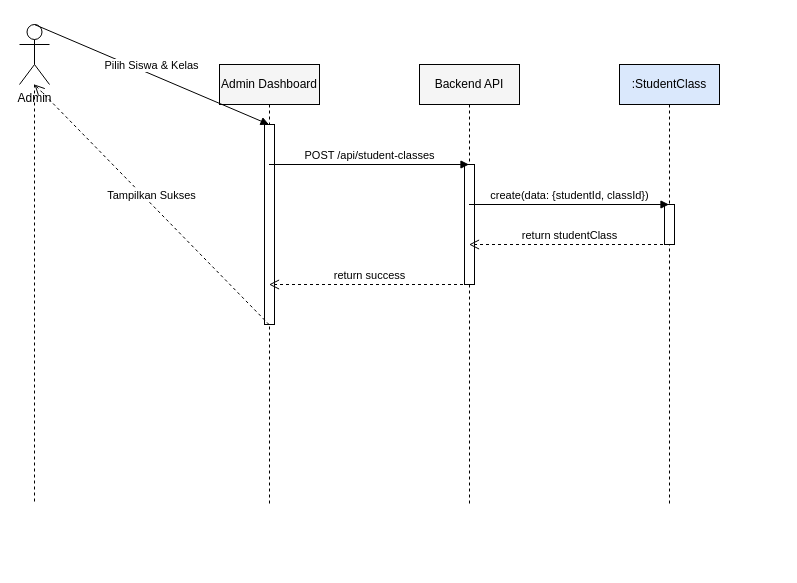
The draw.io diagram docs/sequence_admin_enroll_student.drawio in muhammaddzaki123/adminkassmpit, before the edit. Source tidied: cells renumbered, new cells numbered last; positions are measured from the earlier drawing's top-left corner, leaving out a move shared by most shapes. Both pictures are drawn from the tidied source at 100%, with x=0, y=0 at pixel (19, 24).
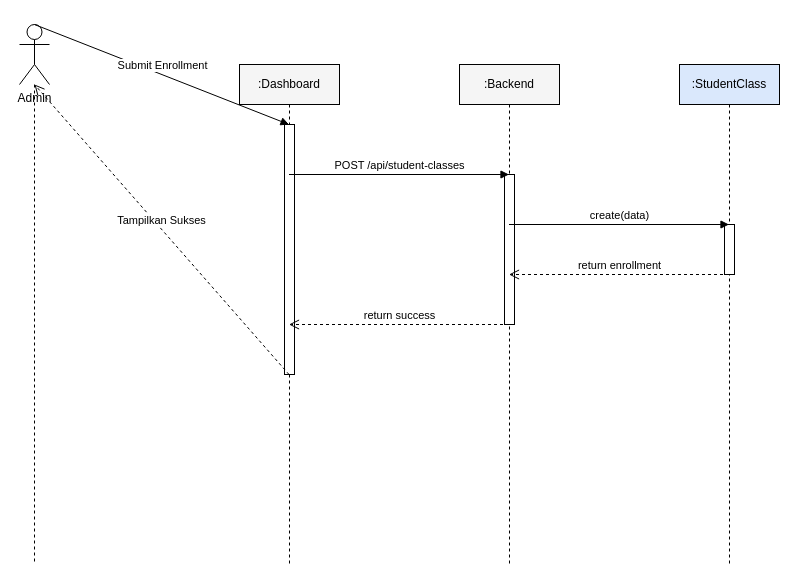
Above is the later version.

The edit, as a diff of the source:
```diff
@@
 <mxGraphModel>
   <root>
     <mxCell id="0" />
     <mxCell id="1" parent="0" />
     <mxCell id="2" value="Admin" style="shape=umlActor;verticalLabelPosition=bottom;verticalAlign=top;html=1;outlineConnect=0;" parent="1" vertex="1">
       <mxGeometry width="30" height="60" as="geometry" />
     </mxCell>
     <mxCell id="3" style="endArrow=none;dashed=1;html=1;" parent="1" edge="1" source="2">
       <mxGeometry relative="1" as="geometry">
-        <mxPoint x="15" y="480" as="targetPoint" />
+        <mxPoint x="15" y="540" as="targetPoint" />
       </mxGeometry>
     </mxCell>
-    <mxCell id="4" value="Admin Dashboard" style="shape=umlLifeline;perimeter=lifelinePerimeter;whiteSpace=wrap;html=1;outlineConnect=0;fillColor=#f5f5f5;" parent="1" vertex="1">
-      <mxGeometry x="200" y="40" width="100" height="440" as="geometry" />
+    <mxCell id="4" value=":Dashboard" style="shape=umlLifeline;perimeter=lifelinePerimeter;whiteSpace=wrap;html=1;outlineConnect=0;fillColor=#f5f5f5;" parent="1" vertex="1">
+      <mxGeometry x="220" y="40" width="100" height="500" as="geometry" />
     </mxCell>
-    <mxCell id="5" value="Backend API" style="shape=umlLifeline;perimeter=lifelinePerimeter;whiteSpace=wrap;html=1;outlineConnect=0;fillColor=#f5f5f5;" parent="1" vertex="1">
-      <mxGeometry x="400" y="40" width="100" height="440" as="geometry" />
+    <mxCell id="5" value=":Backend" style="shape=umlLifeline;perimeter=lifelinePerimeter;whiteSpace=wrap;html=1;outlineConnect=0;fillColor=#f5f5f5;" parent="1" vertex="1">
+      <mxGeometry x="440" y="40" width="100" height="500" as="geometry" />
     </mxCell>
     <mxCell id="6" value=":StudentClass" style="shape=umlLifeline;perimeter=lifelinePerimeter;whiteSpace=wrap;html=1;outlineConnect=0;fillColor=#dae8fc;" parent="1" vertex="1">
-      <mxGeometry x="600" y="40" width="100" height="440" as="geometry" />
+      <mxGeometry x="660" y="40" width="100" height="500" as="geometry" />
     </mxCell>
     <mxCell id="7" style="html=1;perimeter=orthogonalPerimeter;fillColor=#FFFFFF;strokeColor=#000000;" parent="1" vertex="1">
-      <mxGeometry x="645" y="180" width="10" height="40" as="geometry" />
+      <mxGeometry x="705" y="200" width="10" height="50" as="geometry" />
     </mxCell>
     <mxCell id="8" style="html=1;perimeter=orthogonalPerimeter;fillColor=#FFFFFF;strokeColor=#000000;" parent="1" vertex="1">
-      <mxGeometry x="445" y="140" width="10" height="120" as="geometry" />
+      <mxGeometry x="485" y="150" width="10" height="150" as="geometry" />
     </mxCell>
     <mxCell id="9" style="html=1;perimeter=orthogonalPerimeter;fillColor=#FFFFFF;strokeColor=#000000;" parent="1" vertex="1">
-      <mxGeometry x="245" y="100" width="10" height="200" as="geometry" />
+      <mxGeometry x="265" y="100" width="10" height="250" as="geometry" />
     </mxCell>
-    <mxCell id="10" value="Pilih Siswa &amp; Kelas" style="html=1;verticalAlign=bottom;endArrow=block;rounded=0;entryX=0.5;entryY=0.13636363636363635;exitX=0.5;exitY=0.13636363636363635;" parent="1" edge="1" source="2" target="4">
+    <mxCell id="10" value="Submit Enrollment" style="html=1;verticalAlign=bottom;endArrow=block;rounded=0;entryX=0.5;entryY=0.12;exitX=0.5;exitY=0.12;" parent="1" edge="1" source="2" target="4">
       <mxGeometry relative="1" as="geometry" />
     </mxCell>
-    <mxCell id="11" value="POST /api/student-classes" style="html=1;verticalAlign=bottom;endArrow=block;rounded=0;entryX=0.5;entryY=0.22727272727272727;exitX=0.5;exitY=0.22727272727272727;" parent="1" edge="1" source="4" target="5">
+    <mxCell id="11" value="POST /api/student-classes" style="html=1;verticalAlign=bottom;endArrow=block;rounded=0;entryX=0.5;entryY=0.22;exitX=0.5;exitY=0.22;" parent="1" edge="1" source="4" target="5">
       <mxGeometry relative="1" as="geometry" />
     </mxCell>
-    <mxCell id="12" value="create(data: {studentId, classId})" style="html=1;verticalAlign=bottom;endArrow=block;rounded=0;entryX=0.5;entryY=0.3181818181818182;exitX=0.5;exitY=0.3181818181818182;" parent="1" edge="1" source="5" target="6">
+    <mxCell id="12" value="create(data)" style="html=1;verticalAlign=bottom;endArrow=block;rounded=0;entryX=0.5;entryY=0.32;exitX=0.5;exitY=0.32;" parent="1" edge="1" source="5" target="6">
       <mxGeometry relative="1" as="geometry" />
     </mxCell>
-    <mxCell id="13" value="return studentClass" style="html=1;verticalAlign=bottom;endArrow=open;dashed=1;endSize=8;rounded=0;entryX=0.5;entryY=0.4090909090909091;exitX=0.5;exitY=0.4090909090909091;" parent="1" edge="1" source="6" target="5">
+    <mxCell id="13" value="return enrollment" style="html=1;verticalAlign=bottom;endArrow=open;dashed=1;endSize=8;rounded=0;entryX=0.5;entryY=0.42;exitX=0.5;exitY=0.42;" parent="1" edge="1" source="6" target="5">
       <mxGeometry relative="1" as="geometry" />
     </mxCell>
-    <mxCell id="14" value="return success" style="html=1;verticalAlign=bottom;endArrow=open;dashed=1;endSize=8;rounded=0;entryX=0.5;entryY=0.5;exitX=0.5;exitY=0.5;" parent="1" edge="1" source="5" target="4">
+    <mxCell id="14" value="return success" style="html=1;verticalAlign=bottom;endArrow=open;dashed=1;endSize=8;rounded=0;entryX=0.5;entryY=0.52;exitX=0.5;exitY=0.52;" parent="1" edge="1" source="5" target="4">
       <mxGeometry relative="1" as="geometry" />
     </mxCell>
-    <mxCell id="15" value="Tampilkan Sukses" style="html=1;verticalAlign=bottom;endArrow=open;dashed=1;endSize=8;rounded=0;entryX=0.5;entryY=0.5909090909090909;exitX=0.5;exitY=0.5909090909090909;" parent="1" edge="1" source="4" target="2">
+    <mxCell id="15" value="Tampilkan Sukses" style="html=1;verticalAlign=bottom;endArrow=open;dashed=1;endSize=8;rounded=0;entryX=0.5;entryY=0.62;exitX=0.5;exitY=0.62;" parent="1" edge="1" source="4" target="2">
       <mxGeometry relative="1" as="geometry" />
     </mxCell>
   </root>
 </mxGraphModel>
```
